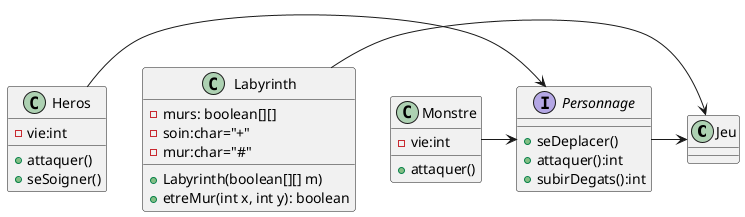
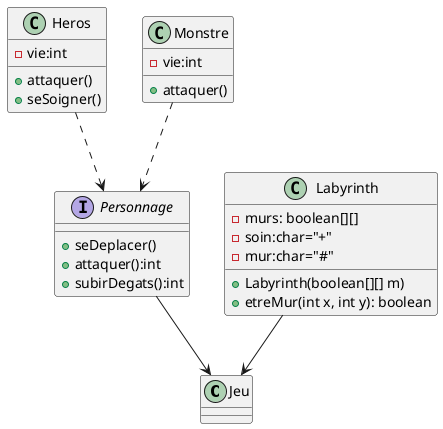
@startuml
'https://plantuml.com/class-diagram

class Jeu

interface Personnage{
+seDeplacer()
+attaquer():int
+subirDegats():int
}
class Heros{
-vie:int
+attaquer()
+seSoigner()
}
class Monstre{
-vie:int
+attaquer()
}

class Labyrinth{
-murs: boolean[][]
-soin:char="+"
-mur:char="#"
+Labyrinth(boolean[][] m)
+etreMur(int x, int y): boolean
}


- Heros -> Personnage
- Monstre -> Personnage
- Personnage -> Jeu
- Labyrinth -> Jeu
+ Heros ..> Personnage
+ Monstre ..> Personnage
+ Personnage --> Jeu
+ Labyrinth --> Jeu



@enduml